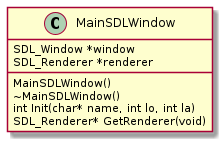
katsutsani/gtech1-b16-snake keeps this PlantUML diagram as uml/classes.png. Above is the earlier version. The source it was exported from:
```plantuml
@startuml
skinparam classAttributeIconSize 0

class MainSDLWindow {
MainSDLWindow()
~MainSDLWindow()
int Init(char* name, int lo, int la)
SDL_Renderer* GetRenderer(void)
SDL_Window *window
SDL_Renderer *renderer
}
@enduml
```
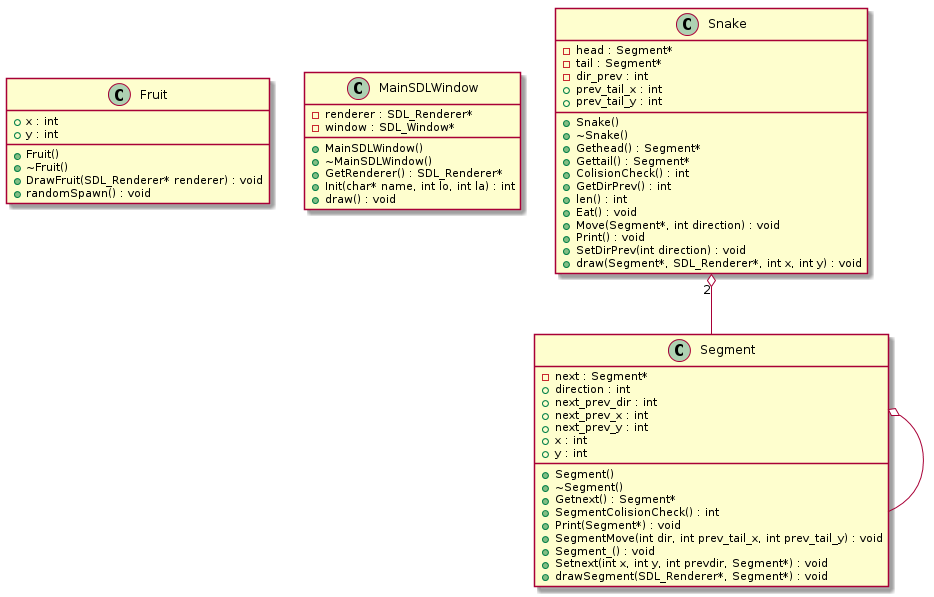
Above is the later version.

Change to the diagram source:
```diff
@@ -1,12 +1,91 @@
 @startuml
-skinparam classAttributeIconSize 0
+
+
+
+
+
+
+class Fruit {
+	+Fruit()
+	+~Fruit()
+	+x : int
+	+y : int
+	+DrawFruit(SDL_Renderer* renderer) : void
+	+randomSpawn() : void
+}
+
 
 class MainSDLWindow {
-MainSDLWindow()
-~MainSDLWindow()
-int Init(char* name, int lo, int la)
-SDL_Renderer* GetRenderer(void)
-SDL_Window *window
-SDL_Renderer *renderer
+	+MainSDLWindow()
+	+~MainSDLWindow()
+	+GetRenderer() : SDL_Renderer*
+	-renderer : SDL_Renderer*
+	-window : SDL_Window*
+	+Init(char* name, int lo, int la) : int
+	+draw() : void
 }
+
+
+class Segment {
+	+Segment()
+	+~Segment()
+	+Getnext() : Segment*
+	-next : Segment*
+	+SegmentColisionCheck() : int
+	+direction : int
+	+next_prev_dir : int
+	+next_prev_x : int
+	+next_prev_y : int
+	+x : int
+	+y : int
+	+Print(Segment*) : void
+	+SegmentMove(int dir, int prev_tail_x, int prev_tail_y) : void
+	+Segment_() : void
+	+Setnext(int x, int y, int prevdir, Segment*) : void
+	+drawSegment(SDL_Renderer*, Segment*) : void
+}
+
+
+class Snake {
+	+Snake()
+	+~Snake()
+	+Gethead() : Segment*
+	+Gettail() : Segment*
+	-head : Segment*
+	-tail : Segment*
+	+ColisionCheck() : int
+	+GetDirPrev() : int
+	-dir_prev : int
+	+len() : int
+	+prev_tail_x : int
+	+prev_tail_y : int
+	+Eat() : void
+	+Move(Segment*, int direction) : void
+	+Print() : void
+	+SetDirPrev(int direction) : void
+	+draw(Segment*, SDL_Renderer*, int x, int y) : void
+}
+
+
+
+
+
+
+
+
+
+
+.Segment o-- .Segment
+
+
+.Snake "2" o-- .Segment
+
+
+
+
+
+
+
+
+
 @enduml
```
